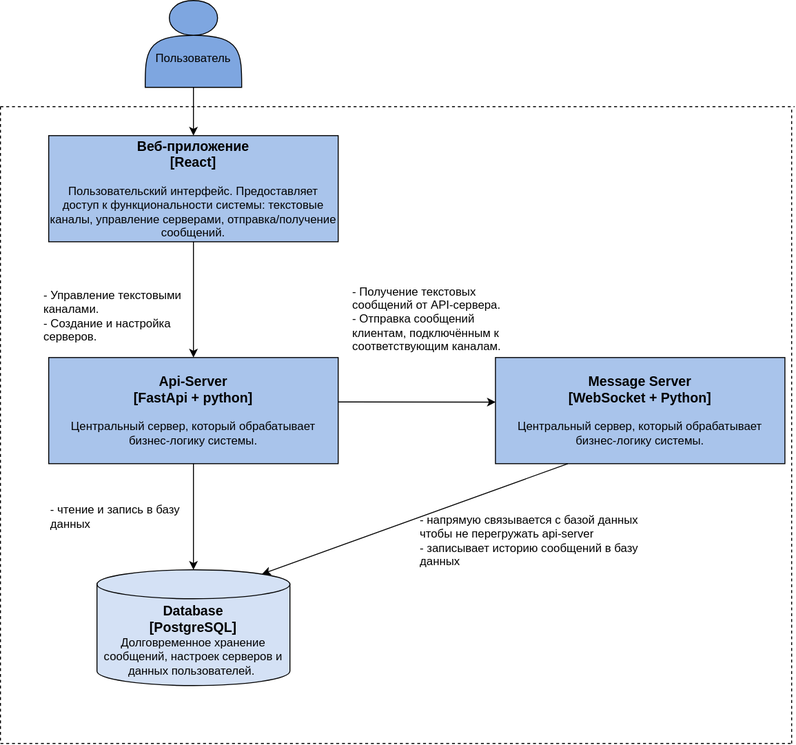
This is Lab Work №2/CD.svg from GIFONOT/VKR_4kurs, a draw.io export, as it was before one commit. Source tidied: cells renumbered, new cells last; positions are measured from the earlier drawing's top-left corner, leaving out a move shared by most shapes.
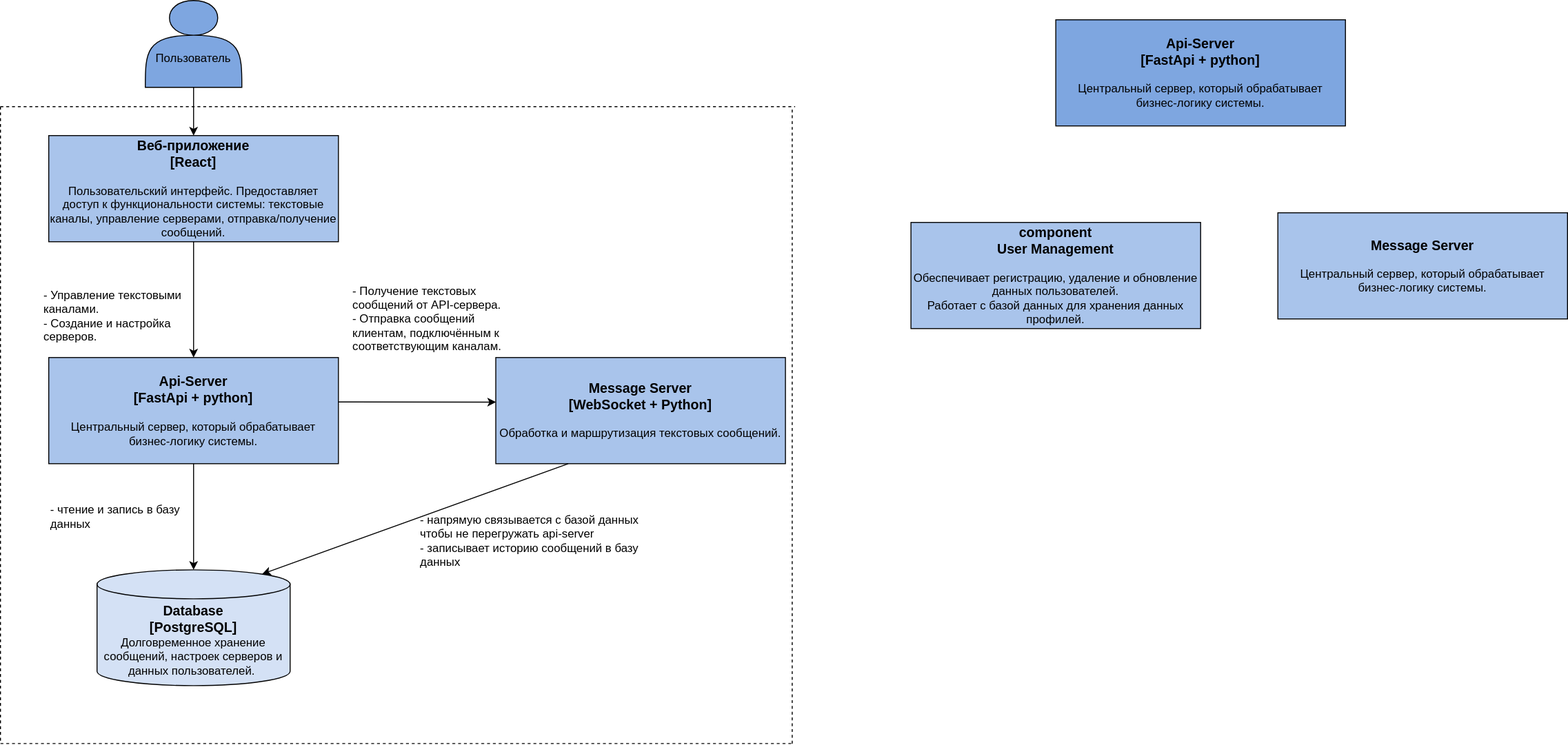
The same file after the commit.

Change to the diagram source:
```diff
@@ -14,7 +14,7 @@
     <mxCell id="5" value="&lt;font style=&quot;&quot;&gt;&lt;span style=&quot;font-size: 14px;&quot;&gt;&lt;b&gt;Database&lt;/b&gt;&lt;/span&gt;&lt;br&gt;&lt;span style=&quot;font-size: 14px;&quot;&gt;&lt;b&gt;[PostgreSQL]&lt;/b&gt;&lt;/span&gt;&lt;/font&gt;&lt;div&gt;Долговременное хранение сообщений, настроек серверов и данных пользователей.&amp;nbsp;&lt;/div&gt;" style="shape=cylinder3;whiteSpace=wrap;html=1;boundedLbl=1;backgroundOutline=1;size=15;fillColor=#D4E1F5;" parent="1" vertex="1">
       <mxGeometry x="100" y="590" width="200" height="120" as="geometry" />
     </mxCell>
-    <mxCell id="6" value="&lt;span style=&quot;font-size: 14px;&quot;&gt;&lt;b&gt;Message Server&lt;/b&gt;&lt;/span&gt;&lt;br&gt;&lt;div&gt;&lt;font style=&quot;&quot;&gt;&lt;span style=&quot;font-size: 14px;&quot;&gt;&lt;b&gt;[WebSocket + Python]&lt;/b&gt;&lt;/span&gt;&lt;br&gt;&lt;/font&gt;&lt;br&gt;Центральный сервер, который обрабатывает бизнес-логику системы.&lt;/div&gt;" style="rounded=0;whiteSpace=wrap;html=1;fillColor=#A9C4EB;" parent="1" vertex="1">
+    <mxCell id="6" value="&lt;span style=&quot;font-size: 14px;&quot;&gt;&lt;b&gt;Message Server&lt;/b&gt;&lt;/span&gt;&lt;br&gt;&lt;div&gt;&lt;font style=&quot;&quot;&gt;&lt;span style=&quot;font-size: 14px;&quot;&gt;&lt;b&gt;[WebSocket + Python]&lt;/b&gt;&lt;/span&gt;&lt;br&gt;&lt;/font&gt;&lt;br&gt;Обработка и маршрутизация текстовых сообщений.&lt;/div&gt;" style="rounded=0;whiteSpace=wrap;html=1;fillColor=#A9C4EB;" parent="1" vertex="1">
       <mxGeometry x="513" y="370" width="300" height="110" as="geometry" />
     </mxCell>
     <mxCell id="7" style="endArrow=classic;html=1;rounded=0;entryX=0.5;entryY=0;entryDx=0;entryDy=0;" parent="1" edge="1" target="4">
@@ -74,5 +74,14 @@
     <mxCell id="19" value="&lt;div style=&quot;&quot;&gt;&lt;div&gt;- чтение и запись в базу данных&lt;/div&gt;&lt;/div&gt;" style="text;html=1;align=left;verticalAlign=middle;whiteSpace=wrap;rounded=0;" parent="1" vertex="1">
       <mxGeometry x="50" y="490" width="170" height="90" as="geometry" />
     </mxCell>
+    <mxCell id="20" value="&lt;b&gt;&lt;font style=&quot;font-size: 14px;&quot;&gt;Api-&lt;/font&gt;&lt;/b&gt;&lt;b style=&quot;font-size: 14px;&quot;&gt;Server&lt;/b&gt;&lt;div&gt;&lt;b&gt;&lt;font style=&quot;font-size: 14px;&quot;&gt;[FastApi + python]&lt;br&gt;&lt;/font&gt;&lt;/b&gt;&lt;br&gt;Центральный сервер, который обрабатывает бизнес-логику системы.&lt;/div&gt;" style="rounded=0;whiteSpace=wrap;html=1;fillColor=#7EA6E0;" parent="1" vertex="1">
+      <mxGeometry x="1093" y="20" width="300" height="110" as="geometry" />
+    </mxCell>
+    <mxCell id="21" value="&lt;b style=&quot;font-size: 14px;&quot;&gt;Message Server&lt;/b&gt;&lt;br&gt;&lt;div&gt;&lt;br&gt;Центральный сервер, который обрабатывает бизнес-логику системы.&lt;/div&gt;" style="rounded=0;whiteSpace=wrap;html=1;fillColor=#A9C4EB;" parent="1" vertex="1">
+      <mxGeometry x="1323" y="220" width="300" height="110" as="geometry" />
+    </mxCell>
+    <mxCell id="22" value="&lt;span style=&quot;font-size: 14px;&quot;&gt;&lt;b&gt;component&lt;/b&gt;&lt;/span&gt;&lt;br&gt;&lt;b style=&quot;font-size: 14px;&quot;&gt;User Management&lt;/b&gt;&lt;br&gt;&lt;div&gt;&lt;br&gt;&lt;div&gt;Обеспечивает регистрацию, удаление и обновление данных пользователей.&lt;/div&gt;&lt;div&gt;Работает с базой данных для хранения данных профилей.&lt;/div&gt;&lt;/div&gt;" style="rounded=0;whiteSpace=wrap;html=1;fillColor=#A9C4EB;" parent="1" vertex="1">
+      <mxGeometry x="943" y="230" width="300" height="110" as="geometry" />
+    </mxCell>
   </root>
 </mxGraphModel>
```
